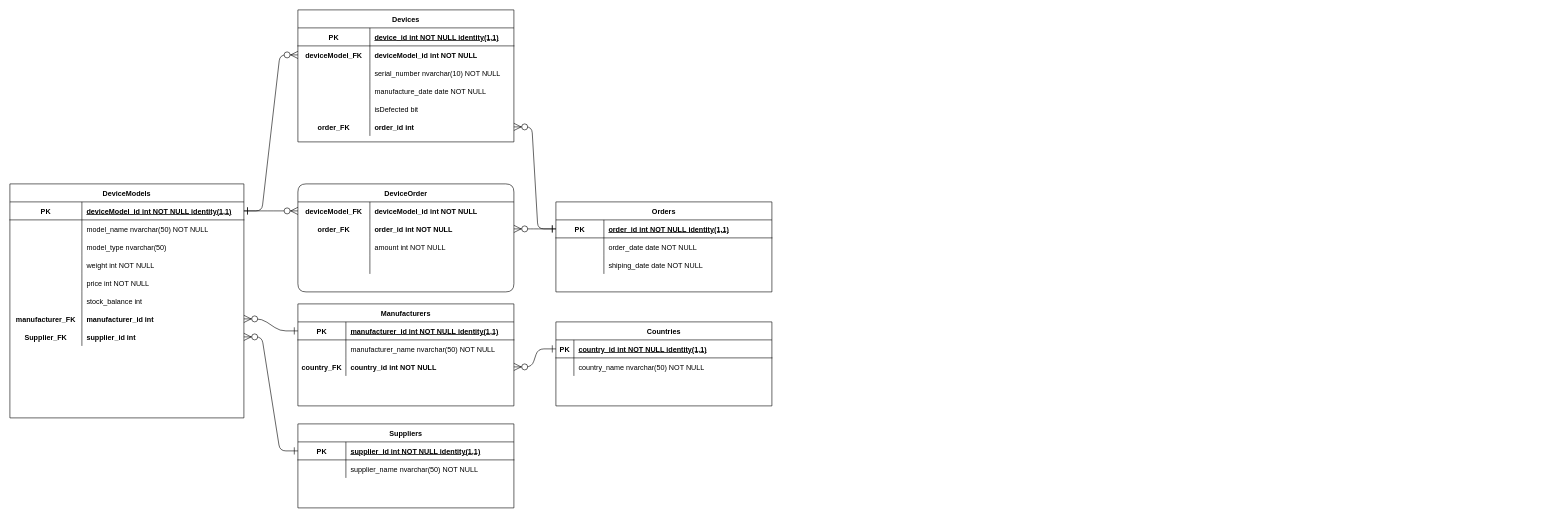
Earlier version of the draw.io diagram ElectricalDevices.drawio (odivanov74/ElectricalDevices). Source tidied: cells renumbered, new cells numbered last; positions are measured from the earlier drawing's top-left corner, leaving out a move shared by most shapes. Both pictures are drawn from the tidied source at 60%, with x=0, y=0 at pixel (10, 10).
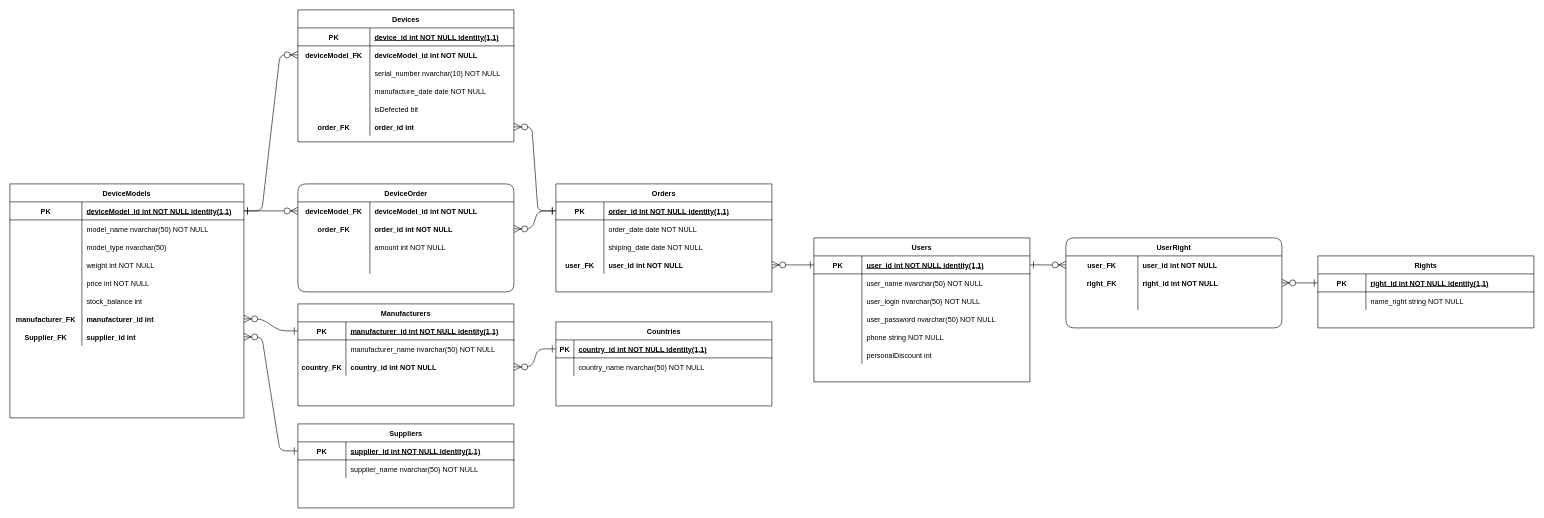
Above is the later version.

Diff of the diagram source:
```diff
@@
     <mxCell id="2" value="Orders" style="shape=table;startSize=30;childLayout=tableLayout;rowLines=0;fontStyle=1;align=center;" parent="1" vertex="1">
-      <mxGeometry x="910" y="320" width="360" height="150" as="geometry" />
+      <mxGeometry x="910" y="290" width="360" height="180" as="geometry" />
     </mxCell>
@@
+    <mxCell id="100" style="shape=partialRectangle;fillColor=none;points=[[0,0.5],[1,0.5]];portConstraint=eastwest;top=0;left=0;right=0;bottom=0;" parent="2" vertex="1">
+      <mxGeometry y="120" width="360" height="30" as="geometry" />
+    </mxCell>
+    <mxCell id="101" value="user_FK" style="shape=partialRectangle;overflow=hidden;fillColor=none;top=0;left=0;bottom=0;right=0;fontStyle=1;" parent="100" vertex="1">
+      <mxGeometry width="80" height="30" as="geometry" />
+    </mxCell>
+    <mxCell id="102" value="user_id int NOT NULL" style="shape=partialRectangle;overflow=hidden;fillColor=none;top=0;left=0;bottom=0;right=0;align=left;spacingLeft=6;fontStyle=1;" parent="100" vertex="1">
+      <mxGeometry x="80" width="280" height="30" as="geometry" />
+    </mxCell>
@@
+    <mxCell id="103" value="Users" style="shape=table;startSize=30;childLayout=tableLayout;rowLines=0;fontStyle=1;align=center;" parent="1" vertex="1">
+      <mxGeometry x="1340" y="380" width="360" height="240" as="geometry" />
+    </mxCell>
+    <mxCell id="104" style="shape=partialRectangle;fillColor=none;points=[[0,0.5],[1,0.5]];portConstraint=eastwest;top=0;left=0;right=0;bottom=1;" parent="103" vertex="1">
+      <mxGeometry y="30" width="360" height="30" as="geometry" />
+    </mxCell>
+    <mxCell id="105" value="PK" style="shape=partialRectangle;overflow=hidden;fillColor=none;top=0;left=0;bottom=0;right=0;fontStyle=1;" parent="104" vertex="1">
+      <mxGeometry width="80" height="30" as="geometry" />
+    </mxCell>
+    <mxCell id="106" value="user_id int NOT NULL identity(1,1)" style="shape=partialRectangle;overflow=hidden;fillColor=none;top=0;left=0;bottom=0;right=0;align=left;spacingLeft=6;fontStyle=5;" parent="104" vertex="1">
+      <mxGeometry x="80" width="280" height="30" as="geometry" />
+    </mxCell>
+    <mxCell id="107" style="shape=partialRectangle;fillColor=none;top=0;left=0;right=0;bottom=0;" parent="103" vertex="1">
+      <mxGeometry y="60" width="360" height="30" as="geometry" />
+    </mxCell>
+    <mxCell id="108" style="shape=partialRectangle;overflow=hidden;fillColor=none;top=0;left=0;bottom=0;right=0;" parent="107" vertex="1">
+      <mxGeometry width="80" height="30" as="geometry" />
+    </mxCell>
+    <mxCell id="109" value="user_name nvarchar(50) NOT NULL" style="shape=partialRectangle;overflow=hidden;fillColor=none;top=0;left=0;bottom=0;right=0;align=left;spacingLeft=6;" parent="107" vertex="1">
+      <mxGeometry x="80" width="280" height="30" as="geometry" />
+    </mxCell>
+    <mxCell id="110" style="shape=partialRectangle;fillColor=none;top=0;left=0;right=0;bottom=0;" parent="103" vertex="1">
+      <mxGeometry y="90" width="360" height="30" as="geometry" />
+    </mxCell>
+    <mxCell id="111" style="shape=partialRectangle;overflow=hidden;fillColor=none;top=0;left=0;bottom=0;right=0;" parent="110" vertex="1">
+      <mxGeometry width="80" height="30" as="geometry" />
+    </mxCell>
+    <mxCell id="112" value="user_login nvarchar(50) NOT NULL" style="shape=partialRectangle;overflow=hidden;fillColor=none;top=0;left=0;bottom=0;right=0;align=left;spacingLeft=6;" parent="110" vertex="1">
+      <mxGeometry x="80" width="280" height="30" as="geometry" />
+    </mxCell>
+    <mxCell id="113" style="shape=partialRectangle;fillColor=none;top=0;left=0;right=0;bottom=0;" parent="103" vertex="1">
+      <mxGeometry y="120" width="360" height="30" as="geometry" />
+    </mxCell>
+    <mxCell id="114" style="shape=partialRectangle;overflow=hidden;fillColor=none;top=0;left=0;bottom=0;right=0;" parent="113" vertex="1">
+      <mxGeometry width="80" height="30" as="geometry" />
+    </mxCell>
+    <mxCell id="115" value="user_password nvarchar(50) NOT NULL" style="shape=partialRectangle;overflow=hidden;fillColor=none;top=0;left=0;bottom=0;right=0;align=left;spacingLeft=6;" parent="113" vertex="1">
+      <mxGeometry x="80" width="280" height="30" as="geometry" />
+    </mxCell>
+    <mxCell id="116" style="shape=partialRectangle;fillColor=none;top=0;left=0;right=0;bottom=0;" parent="103" vertex="1">
+      <mxGeometry y="150" width="360" height="30" as="geometry" />
+    </mxCell>
+    <mxCell id="117" style="shape=partialRectangle;overflow=hidden;fillColor=none;top=0;left=0;bottom=0;right=0;" parent="116" vertex="1">
+      <mxGeometry width="80" height="30" as="geometry" />
+    </mxCell>
+    <mxCell id="118" value="phone string NOT NULL" style="shape=partialRectangle;overflow=hidden;fillColor=none;top=0;left=0;bottom=0;right=0;align=left;spacingLeft=6;" parent="116" vertex="1">
+      <mxGeometry x="80" width="280" height="30" as="geometry" />
+    </mxCell>
+    <mxCell id="119" style="shape=partialRectangle;fillColor=none;top=0;left=0;right=0;bottom=0;" parent="103" vertex="1">
+      <mxGeometry y="180" width="360" height="30" as="geometry" />
+    </mxCell>
+    <mxCell id="120" style="shape=partialRectangle;overflow=hidden;fillColor=none;top=0;left=0;bottom=0;right=0;" parent="119" vertex="1">
+      <mxGeometry width="80" height="30" as="geometry" />
+    </mxCell>
+    <mxCell id="121" value="personalDiscount int" style="shape=partialRectangle;overflow=hidden;fillColor=none;top=0;left=0;bottom=0;right=0;align=left;spacingLeft=6;" parent="119" vertex="1">
+      <mxGeometry x="80" width="280" height="30" as="geometry" />
+    </mxCell>
+    <mxCell id="122" style="edgeStyle=entityRelationEdgeStyle;endArrow=ERzeroToMany;startArrow=ERone;endFill=1;startFill=0;exitX=0;exitY=0.5;exitDx=0;exitDy=0;endSize=10;startSize=10;entryX=1;entryY=0.5;entryDx=0;entryDy=0;" parent="1" edge="1" source="104" target="100">
+      <mxGeometry relative="1" as="geometry" />
+    </mxCell>
+    <mxCell id="123" value="UserRight" style="shape=table;startSize=30;childLayout=tableLayout;rowLines=0;fontStyle=1;align=center;rounded=1;" parent="1" vertex="1">
+      <mxGeometry x="1760" y="380" width="360" height="150" as="geometry" />
+    </mxCell>
+    <mxCell id="124" style="shape=partialRectangle;fillColor=none;points=[[0,0.5],[1,0.5]];portConstraint=eastwest;top=0;left=0;right=0;bottom=0;" parent="123" vertex="1">
+      <mxGeometry y="30" width="360" height="30" as="geometry" />
+    </mxCell>
+    <mxCell id="125" value="user_FK" style="shape=partialRectangle;overflow=hidden;fillColor=none;top=0;left=0;bottom=0;right=0;fontStyle=1;" parent="124" vertex="1">
+      <mxGeometry width="120" height="30" as="geometry" />
+    </mxCell>
+    <mxCell id="126" value="user_id int NOT NULL" style="shape=partialRectangle;overflow=hidden;fillColor=none;top=0;left=0;bottom=0;right=0;align=left;spacingLeft=6;fontStyle=1;" parent="124" vertex="1">
+      <mxGeometry x="120" width="240" height="30" as="geometry" />
+    </mxCell>
+    <mxCell id="127" style="shape=partialRectangle;fillColor=none;points=[[0,0.5],[1,0.5]];portConstraint=eastwest;top=0;left=0;right=0;bottom=0;" parent="123" vertex="1">
+      <mxGeometry y="60" width="360" height="30" as="geometry" />
+    </mxCell>
+    <mxCell id="128" value="right_FK" style="shape=partialRectangle;overflow=hidden;fillColor=none;top=0;left=0;bottom=0;right=0;fontStyle=1;" parent="127" vertex="1">
+      <mxGeometry width="120" height="30" as="geometry" />
+    </mxCell>
+    <mxCell id="129" value="right_id int NOT NULL" style="shape=partialRectangle;overflow=hidden;fillColor=none;top=0;left=0;bottom=0;right=0;align=left;spacingLeft=6;fontStyle=1;" parent="127" vertex="1">
+      <mxGeometry x="120" width="240" height="30" as="geometry" />
+    </mxCell>
+    <mxCell id="130" style="shape=partialRectangle;fillColor=none;top=0;left=0;right=0;bottom=0;" parent="123" vertex="1">
+      <mxGeometry y="90" width="360" height="30" as="geometry" />
+    </mxCell>
+    <mxCell id="131" style="shape=partialRectangle;overflow=hidden;fillColor=none;top=0;left=0;bottom=0;right=0;" parent="130" vertex="1">
+      <mxGeometry width="120" height="30" as="geometry" />
+    </mxCell>
+    <mxCell id="132" style="shape=partialRectangle;overflow=hidden;fillColor=none;top=0;left=0;bottom=0;right=0;align=left;spacingLeft=6;" parent="130" vertex="1">
+      <mxGeometry x="120" width="240" height="30" as="geometry" />
+    </mxCell>
+    <mxCell id="133" value="Rights" style="shape=table;startSize=30;childLayout=tableLayout;rowLines=0;fontStyle=1;align=center;" parent="1" vertex="1">
+      <mxGeometry x="2180" y="410" width="360" height="120" as="geometry" />
+    </mxCell>
+    <mxCell id="134" style="shape=partialRectangle;fillColor=none;points=[[0,0.5],[1,0.5]];portConstraint=eastwest;top=0;left=0;right=0;bottom=1;" parent="133" vertex="1">
+      <mxGeometry y="30" width="360" height="30" as="geometry" />
+    </mxCell>
+    <mxCell id="135" value="PK" style="shape=partialRectangle;overflow=hidden;fillColor=none;top=0;left=0;bottom=0;right=0;fontStyle=1;" parent="134" vertex="1">
+      <mxGeometry width="80" height="30" as="geometry" />
+    </mxCell>
+    <mxCell id="136" value="right_id int NOT NULL identity(1,1)" style="shape=partialRectangle;overflow=hidden;fillColor=none;top=0;left=0;bottom=0;right=0;align=left;spacingLeft=6;fontStyle=5;" parent="134" vertex="1">
+      <mxGeometry x="80" width="280" height="30" as="geometry" />
+    </mxCell>
+    <mxCell id="137" style="shape=partialRectangle;fillColor=none;top=0;left=0;right=0;bottom=0;" parent="133" vertex="1">
+      <mxGeometry y="60" width="360" height="30" as="geometry" />
+    </mxCell>
+    <mxCell id="138" style="shape=partialRectangle;overflow=hidden;fillColor=none;top=0;left=0;bottom=0;right=0;" parent="137" vertex="1">
+      <mxGeometry width="80" height="30" as="geometry" />
+    </mxCell>
+    <mxCell id="139" value="name_right string NOT NULL" style="shape=partialRectangle;overflow=hidden;fillColor=none;top=0;left=0;bottom=0;right=0;align=left;spacingLeft=6;" parent="137" vertex="1">
+      <mxGeometry x="80" width="280" height="30" as="geometry" />
+    </mxCell>
+    <mxCell id="140" style="edgeStyle=entityRelationEdgeStyle;endArrow=ERzeroToMany;startArrow=ERone;endFill=1;startFill=0;exitX=1;exitY=0.5;exitDx=0;exitDy=0;endSize=10;startSize=10;entryX=0;entryY=0.5;entryDx=0;entryDy=0;" parent="1" edge="1" source="104" target="124">
+      <mxGeometry relative="1" as="geometry" />
+    </mxCell>
+    <mxCell id="141" style="edgeStyle=entityRelationEdgeStyle;endArrow=ERzeroToMany;startArrow=ERone;endFill=1;startFill=0;exitX=0;exitY=0.5;exitDx=0;exitDy=0;endSize=10;startSize=10;entryX=1;entryY=0.5;entryDx=0;entryDy=0;" parent="1" edge="1" source="134" target="127">
+      <mxGeometry relative="1" as="geometry" />
+    </mxCell>
```
